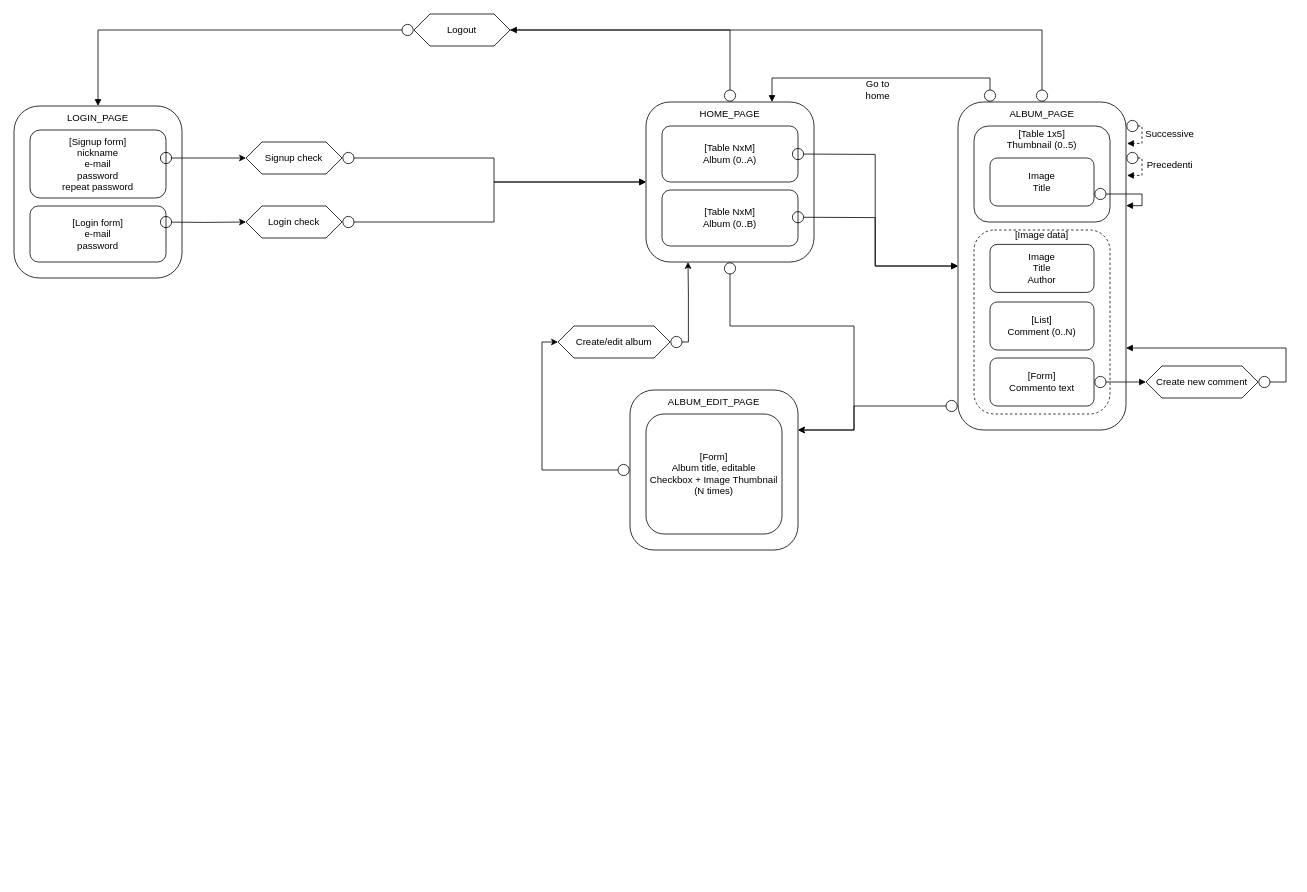
MizuGreg/TIW-Gallery-2022-RIA keeps this draw.io diagram as Design/DA RIFARE Diagramma_IFML.drawio. Above is the earlier version. Source tidied: cells renumbered, new cells numbered last; positions are measured from the earlier drawing's top-left corner, leaving out a move shared by most shapes. Both pictures are drawn from the tidied source at 80%, with x=0, y=0 at pixel (14, 14).
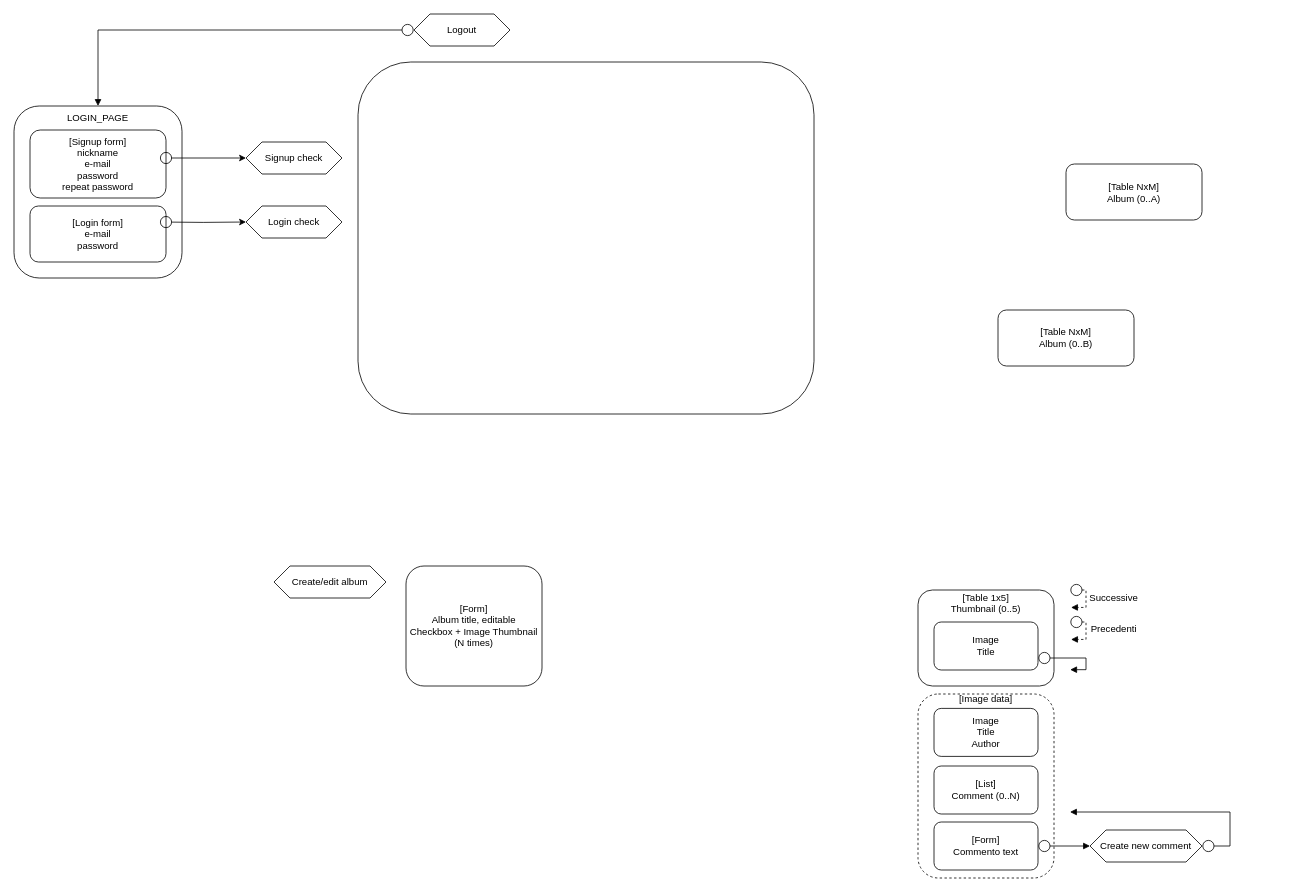
After the change.

Commit message (it also covers changes not shown here):
RIA - commenti alla specifica, schema E-R, Diagramma IFML

Unchanged cells that the change refers to:
```xml
<mxCell id="3" value="Login check" style="shape=hexagon;perimeter=hexagonPerimeter2;whiteSpace=wrap;html=1;fixedSize=1;strokeColor=default;" parent="1" vertex="1">
  <mxGeometry x="290" y="240" width="120" height="40" as="geometry" />
</mxCell>
<mxCell id="24" value="Signup check" style="shape=hexagon;perimeter=hexagonPerimeter2;whiteSpace=wrap;html=1;fixedSize=1;strokeColor=default;" parent="1" vertex="1">
  <mxGeometry x="290" y="160" width="120" height="40" as="geometry" />
</mxCell>
<mxCell id="41" value="Logout" style="shape=hexagon;perimeter=hexagonPerimeter2;whiteSpace=wrap;html=1;fixedSize=1;strokeColor=default;" parent="1" vertex="1">
  <mxGeometry x="500" width="120" height="40" as="geometry" />
</mxCell>
```

What changed in the source:
```diff
@@
-    <mxCell id="2" style="edgeStyle=orthogonalEdgeStyle;rounded=0;jettySize=auto;html=1;entryX=0;entryY=0.5;entryDx=0;entryDy=0;exitX=1;exitY=0.5;exitDx=0;exitDy=0;startArrow=circle;startFill=0;" parent="1" edge="1" source="3" target="5">
-      <mxGeometry relative="1" as="geometry" />
-    </mxCell>
@@
-    <mxCell id="4" style="edgeStyle=orthogonalEdgeStyle;rounded=0;jettySize=auto;html=1;startArrow=circle;startFill=0;entryX=1;entryY=0.25;entryDx=0;entryDy=0;" parent="1" edge="1" source="5" target="42">
-      <mxGeometry relative="1" as="geometry">
-        <Array as="points">
-          <mxPoint x="895" y="390" />
-          <mxPoint x="1050" y="390" />
-          <mxPoint x="1050" y="520" />
-        </Array>
-      </mxGeometry>
-    </mxCell>
-    <mxCell id="5" style="rounded=1;whiteSpace=wrap;html=1;strokeColor=default;" parent="1" vertex="1">
-      <mxGeometry x="790" y="110" width="210" height="200" as="geometry" />
-    </mxCell>
     <mxCell id="6" value="&lt;span&gt;[Table NxM]&lt;/span&gt;&lt;br&gt;&lt;span&gt;Album (0..A)&lt;/span&gt;" style="rounded=1;whiteSpace=wrap;html=1;strokeColor=default;" parent="1" vertex="1">
-      <mxGeometry x="810" y="140" width="170" height="70" as="geometry" />
+      <mxGeometry x="1315" y="187.5" width="170" height="70" as="geometry" />
     </mxCell>
-    <mxCell id="7" style="edgeStyle=orthogonalEdgeStyle;rounded=0;jettySize=auto;html=1;endArrow=block;endFill=1;startArrow=circle;startFill=0;entryX=0;entryY=0.5;entryDx=0;entryDy=0;" parent="1" edge="1" target="13">
-      <mxGeometry relative="1" as="geometry">
-        <mxPoint x="972" y="175" as="sourcePoint" />
-      </mxGeometry>
-    </mxCell>
-    <mxCell id="8" style="edgeStyle=orthogonalEdgeStyle;rounded=0;jettySize=auto;html=1;entryX=1;entryY=0.75;entryDx=0;entryDy=0;startArrow=circle;startFill=0;endArrow=block;endFill=1;strokeColor=#000000;" parent="1" edge="1" source="9" target="41">
-      <mxGeometry relative="1" as="geometry">
-        <Array as="points">
-          <mxPoint x="895" y="20" />
-          <mxPoint x="611" y="20" />
-        </Array>
-      </mxGeometry>
-    </mxCell>
-    <mxCell id="9" value="HOME_PAGE" style="text;html=1;strokeColor=none;fillColor=none;align=center;verticalAlign=middle;whiteSpace=wrap;rounded=0;" parent="1" vertex="1">
-      <mxGeometry x="790" y="110" width="210" height="30" as="geometry" />
-    </mxCell>
     <mxCell id="10" value="&lt;span&gt;[Table NxM]&lt;/span&gt;&lt;br&gt;&lt;span&gt;Album (0..B)&lt;/span&gt;" style="rounded=1;whiteSpace=wrap;html=1;strokeColor=default;" parent="1" vertex="1">
-      <mxGeometry x="810" y="220" width="170" height="70" as="geometry" />
+      <mxGeometry x="1230" y="370" width="170" height="70" as="geometry" />
     </mxCell>
     <mxCell id="11" style="edgeStyle=orthogonalEdgeStyle;rounded=0;orthogonalLoop=1;jettySize=auto;html=1;exitX=1;exitY=0.25;exitDx=0;exitDy=0;startArrow=circle;startFill=0;endArrow=block;endFill=1;strokeColor=#000000;entryX=1.006;entryY=0.359;entryDx=0;entryDy=0;entryPerimeter=0;dashed=1;" parent="1" edge="1">
       <mxGeometry relative="1" as="geometry">
-        <mxPoint x="1390" y="140" as="sourcePoint" />
-        <mxPoint x="1391.3" y="161.8" as="targetPoint" />
+        <mxPoint x="1320" y="720" as="sourcePoint" />
+        <mxPoint x="1321.3" y="741.8" as="targetPoint" />
         <Array as="points">
-          <mxPoint x="1410" y="140" />
-          <mxPoint x="1410" y="162" />
+          <mxPoint x="1340" y="720" />
+          <mxPoint x="1340" y="742" />
         </Array>
       </mxGeometry>
     </mxCell>
-    <mxCell id="12" style="edgeStyle=orthogonalEdgeStyle;rounded=0;jettySize=auto;html=1;entryX=1;entryY=0.25;entryDx=0;entryDy=0;startArrow=circle;startFill=0;" parent="1" edge="1" source="13" target="42">
-      <mxGeometry relative="1" as="geometry">
-        <Array as="points">
-          <mxPoint x="1050" y="490" />
-          <mxPoint x="1050" y="520" />
-        </Array>
-      </mxGeometry>
-    </mxCell>
-    <mxCell id="13" style="rounded=1;whiteSpace=wrap;html=1;strokeColor=default;" parent="1" vertex="1">
-      <mxGeometry x="1180" y="110" width="210" height="410" as="geometry" />
-    </mxCell>
     <mxCell id="14" value="&lt;span&gt;[Table 1x5]&lt;/span&gt;&lt;br&gt;&lt;span&gt;Thumbnail (0..5)&lt;br&gt;&lt;br&gt;&lt;br&gt;&lt;br&gt;&lt;br&gt;&lt;br&gt;&lt;br&gt;&lt;/span&gt;" style="rounded=1;whiteSpace=wrap;html=1;strokeColor=default;" parent="1" vertex="1">
-      <mxGeometry x="1200" y="140" width="170" height="120" as="geometry" />
+      <mxGeometry x="1130" y="720" width="170" height="120" as="geometry" />
     </mxCell>
-    <mxCell id="15" style="edgeStyle=orthogonalEdgeStyle;rounded=0;jettySize=auto;html=1;entryX=0.75;entryY=0;entryDx=0;entryDy=0;startArrow=circle;startFill=0;endArrow=block;endFill=1;strokeColor=#000000;" parent="1" edge="1" source="17" target="9">
-      <mxGeometry relative="1" as="geometry">
-        <Array as="points">
-          <mxPoint x="1220" y="80" />
-          <mxPoint x="948" y="80" />
-        </Array>
-      </mxGeometry>
-    </mxCell>
-    <mxCell id="16" style="edgeStyle=orthogonalEdgeStyle;rounded=0;jettySize=auto;html=1;entryX=1;entryY=0.5;entryDx=0;entryDy=0;startArrow=circle;startFill=0;endArrow=block;endFill=1;strokeColor=#000000;" parent="1" edge="1" source="17" target="41">
-      <mxGeometry relative="1" as="geometry">
-        <Array as="points">
-          <mxPoint x="1285" y="20" />
-        </Array>
-      </mxGeometry>
-    </mxCell>
-    <mxCell id="17" value="ALBUM_PAGE" style="text;html=1;strokeColor=none;fillColor=none;align=center;verticalAlign=middle;whiteSpace=wrap;rounded=0;" parent="1" vertex="1">
-      <mxGeometry x="1180" y="110" width="210" height="30" as="geometry" />
-    </mxCell>
-    <mxCell id="18" style="edgeStyle=orthogonalEdgeStyle;rounded=0;jettySize=auto;html=1;endArrow=block;endFill=1;startArrow=circle;startFill=0;entryX=0;entryY=0.5;entryDx=0;entryDy=0;" parent="1" edge="1" target="13">
-      <mxGeometry relative="1" as="geometry">
-        <mxPoint x="972" y="254" as="sourcePoint" />
-      </mxGeometry>
-    </mxCell>
-    <mxCell id="19" style="edgeStyle=orthogonalEdgeStyle;rounded=0;jettySize=auto;html=1;entryX=1.001;entryY=0.316;entryDx=0;entryDy=0;entryPerimeter=0;startArrow=circle;startFill=0;endArrow=block;endFill=1;strokeColor=#000000;exitX=1;exitY=0.75;exitDx=0;exitDy=0;" parent="1" edge="1" source="20" target="13">
+    <mxCell id="19" style="edgeStyle=orthogonalEdgeStyle;rounded=0;jettySize=auto;html=1;entryX=1.001;entryY=0.316;entryDx=0;entryDy=0;entryPerimeter=0;startArrow=circle;startFill=0;endArrow=block;endFill=1;strokeColor=#000000;exitX=1;exitY=0.75;exitDx=0;exitDy=0;" parent="1" edge="1" source="20">
       <mxGeometry relative="1" as="geometry">
+        <mxPoint x="1320.2" y="819.6" as="targetPoint" />
         <Array as="points">
-          <mxPoint x="1410" y="225" />
-          <mxPoint x="1410" y="240" />
+          <mxPoint x="1340" y="805" />
+          <mxPoint x="1340" y="820" />
         </Array>
       </mxGeometry>
     </mxCell>
     <mxCell id="20" value="Image&lt;br&gt;Title" style="rounded=1;whiteSpace=wrap;html=1;strokeColor=default;" parent="1" vertex="1">
-      <mxGeometry x="1220" y="180" width="130" height="60" as="geometry" />
+      <mxGeometry x="1150" y="760" width="130" height="60" as="geometry" />
     </mxCell>
     <mxCell id="21" value="Successive" style="text;html=1;strokeColor=none;fillColor=none;align=center;verticalAlign=middle;whiteSpace=wrap;rounded=0;" parent="1" vertex="1">
-      <mxGeometry x="1415" y="140" width="60" height="20" as="geometry" />
+      <mxGeometry x="1345" y="720" width="60" height="20" as="geometry" />
     </mxCell>
     <mxCell id="22" value="Precedenti" style="text;html=1;strokeColor=none;fillColor=none;align=center;verticalAlign=middle;whiteSpace=wrap;rounded=0;" parent="1" vertex="1">
-      <mxGeometry x="1415" y="179" width="60" height="20" as="geometry" />
+      <mxGeometry x="1345" y="759" width="60" height="20" as="geometry" />
     </mxCell>
-    <mxCell id="23" style="edgeStyle=orthogonalEdgeStyle;rounded=0;jettySize=auto;html=1;entryX=0;entryY=0.5;entryDx=0;entryDy=0;startArrow=circle;startFill=0;endArrow=block;endFill=1;strokeColor=#000000;" parent="1" edge="1" source="24" target="5">
-      <mxGeometry relative="1" as="geometry" />
-    </mxCell>
@@
     <mxCell id="31" style="edgeStyle=orthogonalEdgeStyle;rounded=0;orthogonalLoop=1;jettySize=auto;html=1;exitX=1;exitY=0.25;exitDx=0;exitDy=0;startArrow=circle;startFill=0;endArrow=block;endFill=1;strokeColor=#000000;entryX=1.006;entryY=0.359;entryDx=0;entryDy=0;entryPerimeter=0;dashed=1;" parent="1" edge="1">
       <mxGeometry relative="1" as="geometry">
-        <mxPoint x="1390" y="180" as="sourcePoint" />
-        <mxPoint x="1391.3" y="201.8" as="targetPoint" />
+        <mxPoint x="1320" y="760" as="sourcePoint" />
+        <mxPoint x="1321.3" y="781.8" as="targetPoint" />
         <Array as="points">
-          <mxPoint x="1410" y="180" />
-          <mxPoint x="1410" y="202" />
+          <mxPoint x="1340" y="760" />
+          <mxPoint x="1340" y="782" />
         </Array>
       </mxGeometry>
     </mxCell>
     <mxCell id="32" value="&lt;span&gt;[Image data]&lt;br&gt;&lt;br&gt;&lt;br&gt;&lt;br&gt;&lt;br&gt;&lt;br&gt;&lt;br&gt;&lt;br&gt;&lt;br&gt;&lt;br&gt;&lt;br&gt;&lt;br&gt;&lt;br&gt;&lt;br&gt;&lt;br&gt;&lt;br&gt;&lt;/span&gt;" style="rounded=1;whiteSpace=wrap;html=1;strokeColor=default;dashed=1;" parent="1" vertex="1">
-      <mxGeometry x="1200" y="270" width="170" height="230" as="geometry" />
+      <mxGeometry x="1130" y="850" width="170" height="230" as="geometry" />
     </mxCell>
     <mxCell id="33" value="Image&lt;br&gt;Title&lt;br&gt;Author" style="rounded=1;whiteSpace=wrap;html=1;strokeColor=default;" parent="1" vertex="1">
-      <mxGeometry x="1220" y="288" width="130" height="60" as="geometry" />
+      <mxGeometry x="1150" y="868" width="130" height="60" as="geometry" />
     </mxCell>
     <mxCell id="34" value="[List]&lt;br&gt;Comment (0..N)" style="rounded=1;whiteSpace=wrap;html=1;strokeColor=default;" parent="1" vertex="1">
-      <mxGeometry x="1220" y="360" width="130" height="60" as="geometry" />
+      <mxGeometry x="1150" y="940" width="130" height="60" as="geometry" />
     </mxCell>
@@
     <mxCell id="36" value="[Form]&lt;br&gt;Commento text" style="rounded=1;whiteSpace=wrap;html=1;strokeColor=default;" parent="1" vertex="1">
-      <mxGeometry x="1220" y="430" width="130" height="60" as="geometry" />
+      <mxGeometry x="1150" y="1010" width="130" height="60" as="geometry" />
     </mxCell>
-    <mxCell id="37" style="edgeStyle=orthogonalEdgeStyle;rounded=0;jettySize=auto;html=1;entryX=1;entryY=0.75;entryDx=0;entryDy=0;startArrow=circle;startFill=0;endArrow=block;endFill=1;strokeColor=#000000;" parent="1" edge="1" source="38" target="13">
+    <mxCell id="37" style="edgeStyle=orthogonalEdgeStyle;rounded=0;jettySize=auto;html=1;entryX=1;entryY=0.75;entryDx=0;entryDy=0;startArrow=circle;startFill=0;endArrow=block;endFill=1;strokeColor=#000000;" parent="1" edge="1" source="38">
       <mxGeometry relative="1" as="geometry">
+        <mxPoint x="1320" y="997.5" as="targetPoint" />
         <Array as="points">
-          <mxPoint x="1590" y="460" />
-          <mxPoint x="1590" y="418" />
+          <mxPoint x="1520" y="1040" />
+          <mxPoint x="1520" y="998" />
         </Array>
       </mxGeometry>
     </mxCell>
     <mxCell id="38" value="Create new comment" style="shape=hexagon;perimeter=hexagonPerimeter2;whiteSpace=wrap;html=1;fixedSize=1;strokeColor=default;" parent="1" vertex="1">
-      <mxGeometry x="1415" y="440" width="140" height="40" as="geometry" />
+      <mxGeometry x="1345" y="1020" width="140" height="40" as="geometry" />
     </mxCell>
-    <mxCell id="39" value="Go to home" style="text;html=1;strokeColor=none;fillColor=none;align=center;verticalAlign=middle;whiteSpace=wrap;rounded=0;dashed=1;" parent="1" vertex="1">
-      <mxGeometry x="1050" y="80" width="60" height="30" as="geometry" />
-    </mxCell>
@@
-    <mxCell id="42" style="rounded=1;whiteSpace=wrap;html=1;strokeColor=default;" parent="1" vertex="1">
-      <mxGeometry x="770" y="470" width="210" height="200" as="geometry" />
-    </mxCell>
-    <mxCell id="43" value="ALBUM_EDIT_PAGE" style="text;html=1;strokeColor=none;fillColor=none;align=center;verticalAlign=middle;whiteSpace=wrap;rounded=0;" parent="1" vertex="1">
-      <mxGeometry x="770" y="470" width="210" height="30" as="geometry" />
-    </mxCell>
-    <mxCell id="44" style="edgeStyle=orthogonalEdgeStyle;rounded=0;jettySize=auto;html=1;startArrow=circle;startFill=0;exitX=0;exitY=0.5;exitDx=0;exitDy=0;entryX=0;entryY=0.5;entryDx=0;entryDy=0;" parent="1" edge="1" source="42" target="47">
-      <mxGeometry relative="1" as="geometry">
-        <Array as="points">
-          <mxPoint x="660" y="570" />
-          <mxPoint x="660" y="410" />
-        </Array>
-      </mxGeometry>
-    </mxCell>
     <mxCell id="45" value="&lt;span&gt;[Form]&lt;br&gt;&lt;/span&gt;Album title, editable&lt;br&gt;&lt;span&gt;Checkbox + Image Thumbnail (N times)&lt;/span&gt;" style="rounded=1;whiteSpace=wrap;html=1;strokeColor=default;" parent="1" vertex="1">
-      <mxGeometry x="790" y="500" width="170" height="150" as="geometry" />
+      <mxGeometry x="490" y="690" width="170" height="150" as="geometry" />
     </mxCell>
-    <mxCell id="46" style="edgeStyle=orthogonalEdgeStyle;rounded=0;jettySize=auto;html=1;entryX=0.25;entryY=1;entryDx=0;entryDy=0;startArrow=circle;startFill=0;" parent="1" edge="1" source="47" target="5">
-      <mxGeometry relative="1" as="geometry">
-        <Array as="points">
-          <mxPoint x="843" y="410" />
-          <mxPoint x="843" y="350" />
-        </Array>
-      </mxGeometry>
-    </mxCell>
     <mxCell id="47" value="Create/edit album" style="shape=hexagon;perimeter=hexagonPerimeter2;whiteSpace=wrap;html=1;fixedSize=1;strokeColor=default;" parent="1" vertex="1">
-      <mxGeometry x="680" y="390" width="140" height="40" as="geometry" />
+      <mxGeometry x="325" y="690" width="140" height="40" as="geometry" />
     </mxCell>
+    <mxCell id="48" style="rounded=1;whiteSpace=wrap;html=1;" parent="1" vertex="1">
+      <mxGeometry x="430" y="60" width="570" height="440" as="geometry" />
+    </mxCell>
```
